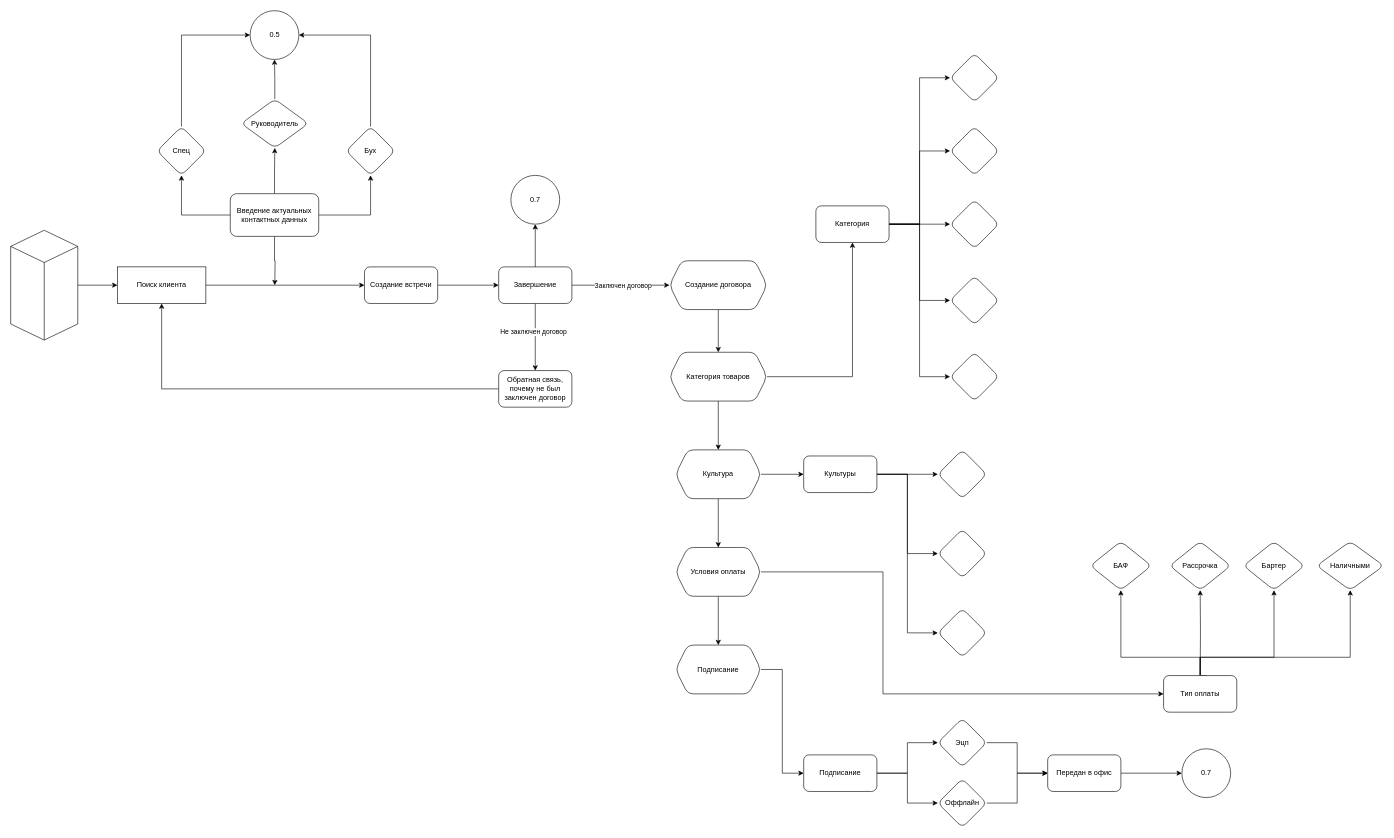
The draw.io diagram Диаграмма без названия.drawio in alemagro-hub/geo-boundaries-kz, before the edit. Source tidied: cells renumbered, new cells numbered last; positions are measured from the earlier drawing's top-left corner, leaving out a move shared by most shapes. Both pictures are drawn from the tidied source at 61%, with x=0, y=0 at pixel (10, 10).
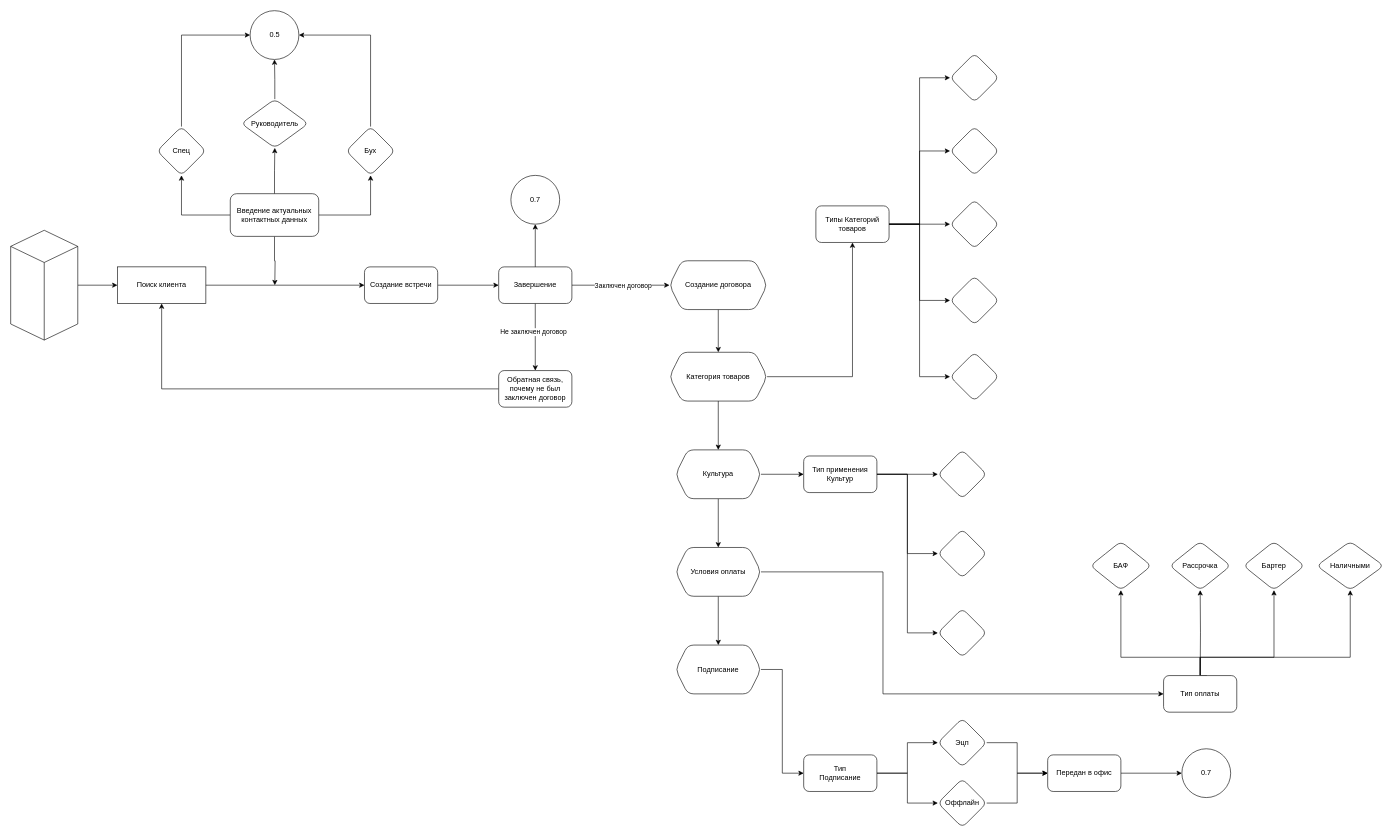
The same diagram, later.

Change to the diagram source:
```diff
@@
-    <mxCell id="40" value="Категория" style="whiteSpace=wrap;html=1;rounded=1;" parent="1" vertex="1">
+    <mxCell id="40" value="Типы Категорий товаров" style="whiteSpace=wrap;html=1;rounded=1;" parent="1" vertex="1">
       <mxGeometry x="1320" y="320" width="120" height="60" as="geometry" />
     </mxCell>
@@
-    <mxCell id="53" value="Культуры" style="whiteSpace=wrap;html=1;rounded=1;" parent="1" vertex="1">
+    <mxCell id="53" value="Тип применения Культур" style="whiteSpace=wrap;html=1;rounded=1;" parent="1" vertex="1">
       <mxGeometry x="1300" y="730" width="120" height="60" as="geometry" />
     </mxCell>
@@
-    <mxCell id="66" value="Подписание" style="whiteSpace=wrap;html=1;rounded=1;" parent="1" vertex="1">
+    <mxCell id="66" value="Тип &lt;br&gt;Подписание" style="whiteSpace=wrap;html=1;rounded=1;" parent="1" vertex="1">
       <mxGeometry x="1300" y="1220" width="120" height="60" as="geometry" />
     </mxCell>
```
